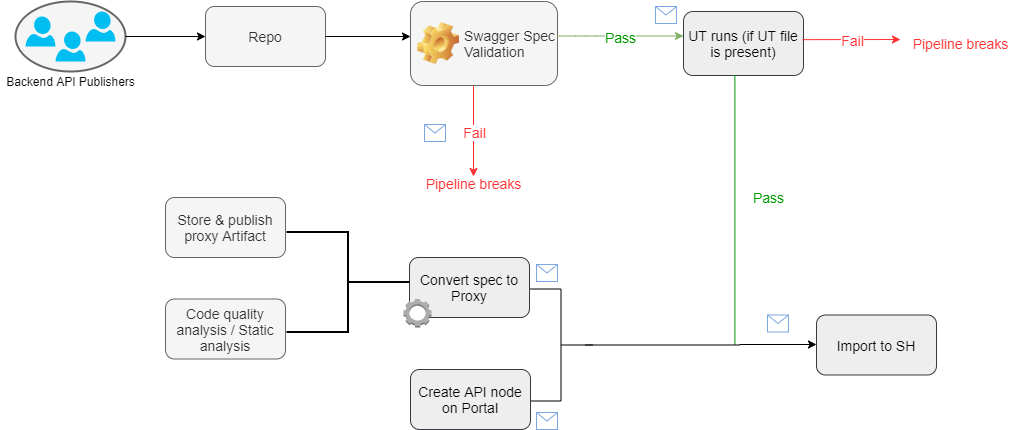
Before: Untitled Diagram.png, a diagram exported from draw.io (joshhnaa/sample). Source tidied: cells renumbered, new cells last; positions are measured from the earlier drawing's top-left corner, leaving out a move shared by most shapes.
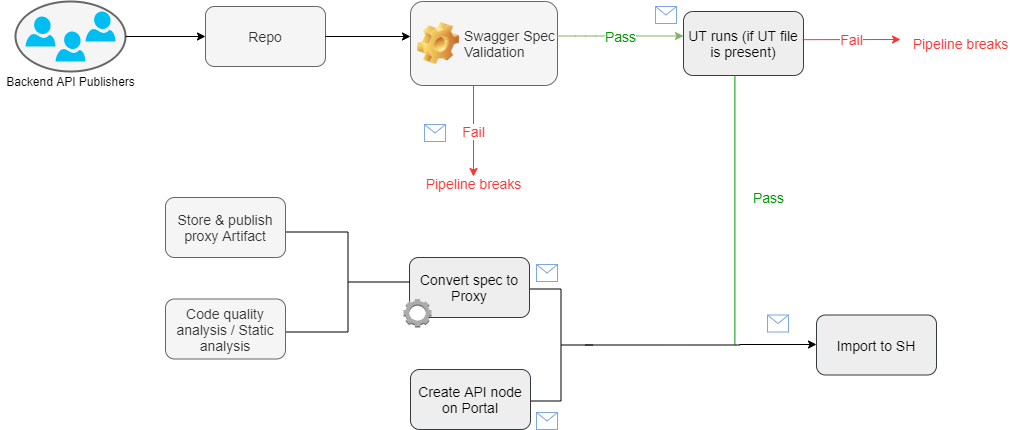
After the change.

The edit, as a diff of the source:
```diff
@@ -123,7 +123,7 @@
     <mxCell id="34" style="dashed=0;verticalLabelPosition=bottom;verticalAlign=top;align=center;html=1;shape=mxgraph.aws3.human_intelligence_tasks_hit;fillColor=#ACACAC;gradientColor=none;strokeColor=#000000;strokeWidth=11;fontSize=14;fontColor=#009900;" parent="1" vertex="1">
       <mxGeometry x="403" y="297.5" width="28" height="28.5" as="geometry" />
     </mxCell>
-    <mxCell id="35" style="strokeWidth=2;html=1;shape=mxgraph.flowchart.annotation_2;align=left;labelPosition=right;fillColor=#FFFFFF;fontSize=13;fontColor=#009900;rotation=-180;" parent="1" vertex="1">
+    <mxCell id="35" style="strokeWidth=1;html=1;shape=mxgraph.flowchart.annotation_2;align=left;labelPosition=right;fillColor=#FFFFFF;fontSize=13;fontColor=#009900;rotation=-180;" parent="1" vertex="1">
       <mxGeometry x="286" y="230.5" width="123" height="100" as="geometry" />
     </mxCell>
     <mxCell id="36" value="&lt;font style=&quot;font-size: 14px&quot;&gt;Store &amp;amp; publish proxy Artifact&lt;/font&gt;" style="rounded=1;whiteSpace=wrap;html=1;fillColor=#f5f5f5;strokeColor=#666666;fontColor=#333333;" parent="1" vertex="1">
```
